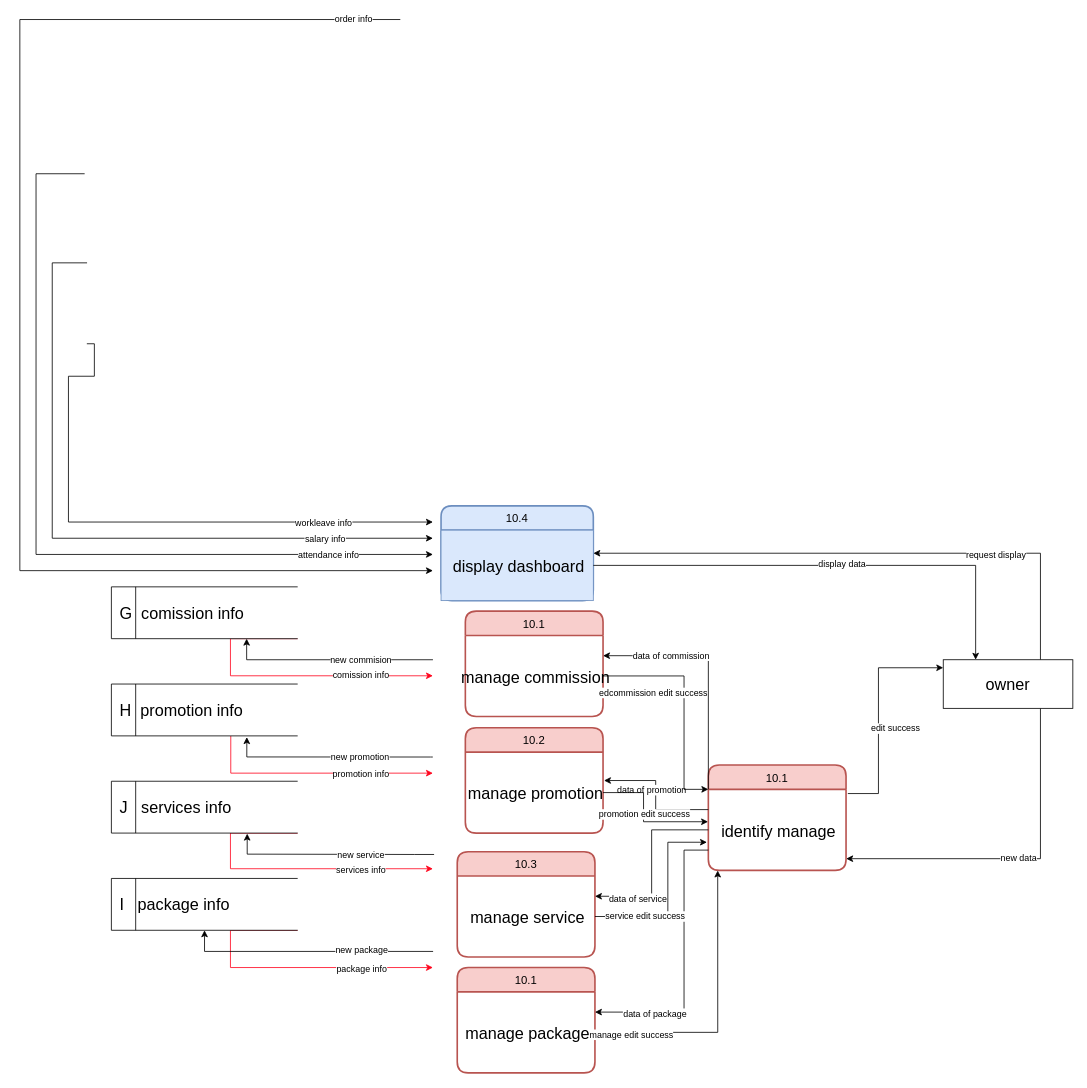
Before: page "DFD Lv1.10" (4 of 9) of DFD.drawio in jarawin/carcare, a draw.io diagram. Source tidied: cells renumbered, new cells numbered last; positions are measured from the earlier drawing's top-left corner, leaving out a move shared by most shapes. Both pictures are drawn from the tidied source at 81%, with x=0, y=0 at pixel (19, 19).
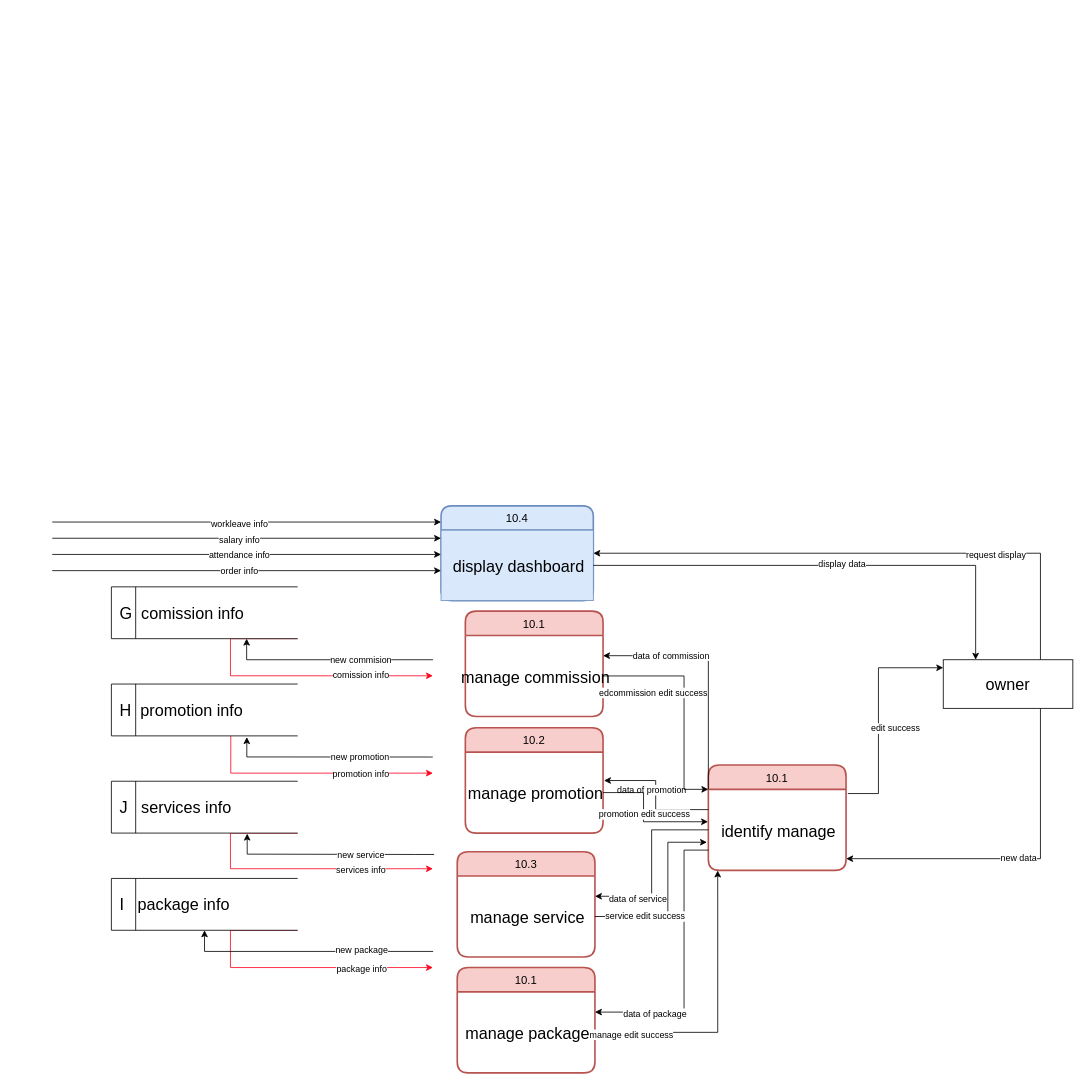
The same diagram, later.

Change to the diagram source:
```diff
@@
-    <mxCell id="16" style="edgeStyle=orthogonalEdgeStyle;rounded=0;orthogonalLoop=1;jettySize=auto;html=1;exitX=-0.001;exitY=0.816;exitDx=0;exitDy=0;exitPerimeter=0;" parent="1" edge="1">
-      <mxGeometry relative="1" as="geometry">
-        <mxPoint x="469.7" y="-0.4" as="sourcePoint" />
-        <mxPoint x="510" y="680" as="targetPoint" />
-        <Array as="points">
-          <mxPoint />
-          <mxPoint y="680" />
-        </Array>
-      </mxGeometry>
-    </mxCell>
-    <mxCell id="17" value="order info" style="edgeLabel;html=1;align=center;verticalAlign=middle;" parent="16" vertex="1">
-      <mxGeometry x="-0.91" y="-1" relative="1" as="geometry">
-        <mxPoint x="17" as="offset" />
-      </mxGeometry>
-    </mxCell>
-    <mxCell id="18" style="edgeStyle=orthogonalEdgeStyle;rounded=0;orthogonalLoop=1;jettySize=auto;html=1;exitX=-0.001;exitY=0.153;exitDx=0;exitDy=0;exitPerimeter=0;entryX=0;entryY=0;entryDx=0;entryDy=0;" parent="1" edge="1">
-      <mxGeometry relative="1" as="geometry">
-        <mxPoint x="82.7" y="399.9" as="sourcePoint" />
-        <mxPoint x="510" y="620" as="targetPoint" />
-        <Array as="points">
-          <mxPoint x="92" y="440" />
-          <mxPoint x="60" y="440" />
-          <mxPoint x="60" y="620" />
-        </Array>
-      </mxGeometry>
-    </mxCell>
-    <mxCell id="19" value="workleave info" style="edgeLabel;html=1;align=center;verticalAlign=middle;" parent="18" vertex="1">
-      <mxGeometry x="0.62" relative="1" as="geometry" />
-    </mxCell>
-    <mxCell id="20" style="edgeStyle=orthogonalEdgeStyle;rounded=0;orthogonalLoop=1;jettySize=auto;html=1;" parent="1" edge="1">
-      <mxGeometry relative="1" as="geometry">
-        <mxPoint x="83" y="300" as="sourcePoint" />
-        <mxPoint x="510" y="640" as="targetPoint" />
-        <Array as="points">
-          <mxPoint x="83" y="300" />
-          <mxPoint x="40" y="300" />
-          <mxPoint x="40" y="640" />
-        </Array>
-      </mxGeometry>
-    </mxCell>
-    <mxCell id="21" value="salary info" style="edgeLabel;html=1;align=center;verticalAlign=middle;" parent="20" vertex="1">
-      <mxGeometry x="0.32" y="4" relative="1" as="geometry">
-        <mxPoint x="156" y="4" as="offset" />
-      </mxGeometry>
-    </mxCell>
-    <mxCell id="22" style="edgeStyle=orthogonalEdgeStyle;rounded=0;orthogonalLoop=1;jettySize=auto;html=1;" parent="1" edge="1">
-      <mxGeometry relative="1" as="geometry">
-        <mxPoint x="80" y="190" as="sourcePoint" />
-        <mxPoint x="510" y="660" as="targetPoint" />
-        <Array as="points">
-          <mxPoint x="20" y="190" />
-          <mxPoint x="20" y="660" />
-        </Array>
-      </mxGeometry>
-    </mxCell>
-    <mxCell id="23" value="attendance info" style="edgeLabel;html=1;align=center;verticalAlign=middle;" parent="22" vertex="1">
-      <mxGeometry x="0.16" y="3" relative="1" as="geometry">
-        <mxPoint x="298" y="3" as="offset" />
-      </mxGeometry>
-    </mxCell>
@@
+    <mxCell id="67" style="endArrow=classic;html=1;rounded=0;" parent="1" edge="1">
+      <mxGeometry relative="1" as="geometry">
+        <mxPoint x="40" y="680" as="sourcePoint" />
+        <mxPoint x="520" y="680" as="targetPoint" />
+      </mxGeometry>
+    </mxCell>
+    <mxCell id="17" value="order info" style="edgeLabel;html=1;align=center;verticalAlign=middle;" parent="67" vertex="1">
+      <mxGeometry x="-0.04" relative="1" as="geometry" />
+    </mxCell>
+    <mxCell id="68" style="endArrow=classic;html=1;rounded=0;" parent="1" edge="1">
+      <mxGeometry relative="1" as="geometry">
+        <mxPoint x="40" y="660" as="sourcePoint" />
+        <mxPoint x="520" y="660" as="targetPoint" />
+      </mxGeometry>
+    </mxCell>
+    <mxCell id="23" value="attendance info" style="edgeLabel;html=1;align=center;verticalAlign=middle;" parent="68" vertex="1">
+      <mxGeometry x="-0.04" relative="1" as="geometry" />
+    </mxCell>
+    <mxCell id="69" style="endArrow=classic;html=1;rounded=0;" parent="1" edge="1">
+      <mxGeometry relative="1" as="geometry">
+        <mxPoint x="40" y="640" as="sourcePoint" />
+        <mxPoint x="520" y="640" as="targetPoint" />
+      </mxGeometry>
+    </mxCell>
+    <mxCell id="21" value="salary info" style="edgeLabel;html=1;align=center;verticalAlign=middle;" parent="69" vertex="1">
+      <mxGeometry x="-0.04" y="-1" relative="1" as="geometry" />
+    </mxCell>
+    <mxCell id="70" style="endArrow=classic;html=1;rounded=0;" parent="1" edge="1">
+      <mxGeometry relative="1" as="geometry">
+        <mxPoint x="40" y="620" as="sourcePoint" />
+        <mxPoint x="520" y="620" as="targetPoint" />
+      </mxGeometry>
+    </mxCell>
+    <mxCell id="19" value="workleave info" style="edgeLabel;html=1;align=center;verticalAlign=middle;" parent="70" vertex="1">
+      <mxGeometry x="-0.04" y="-1" relative="1" as="geometry" />
+    </mxCell>
```
